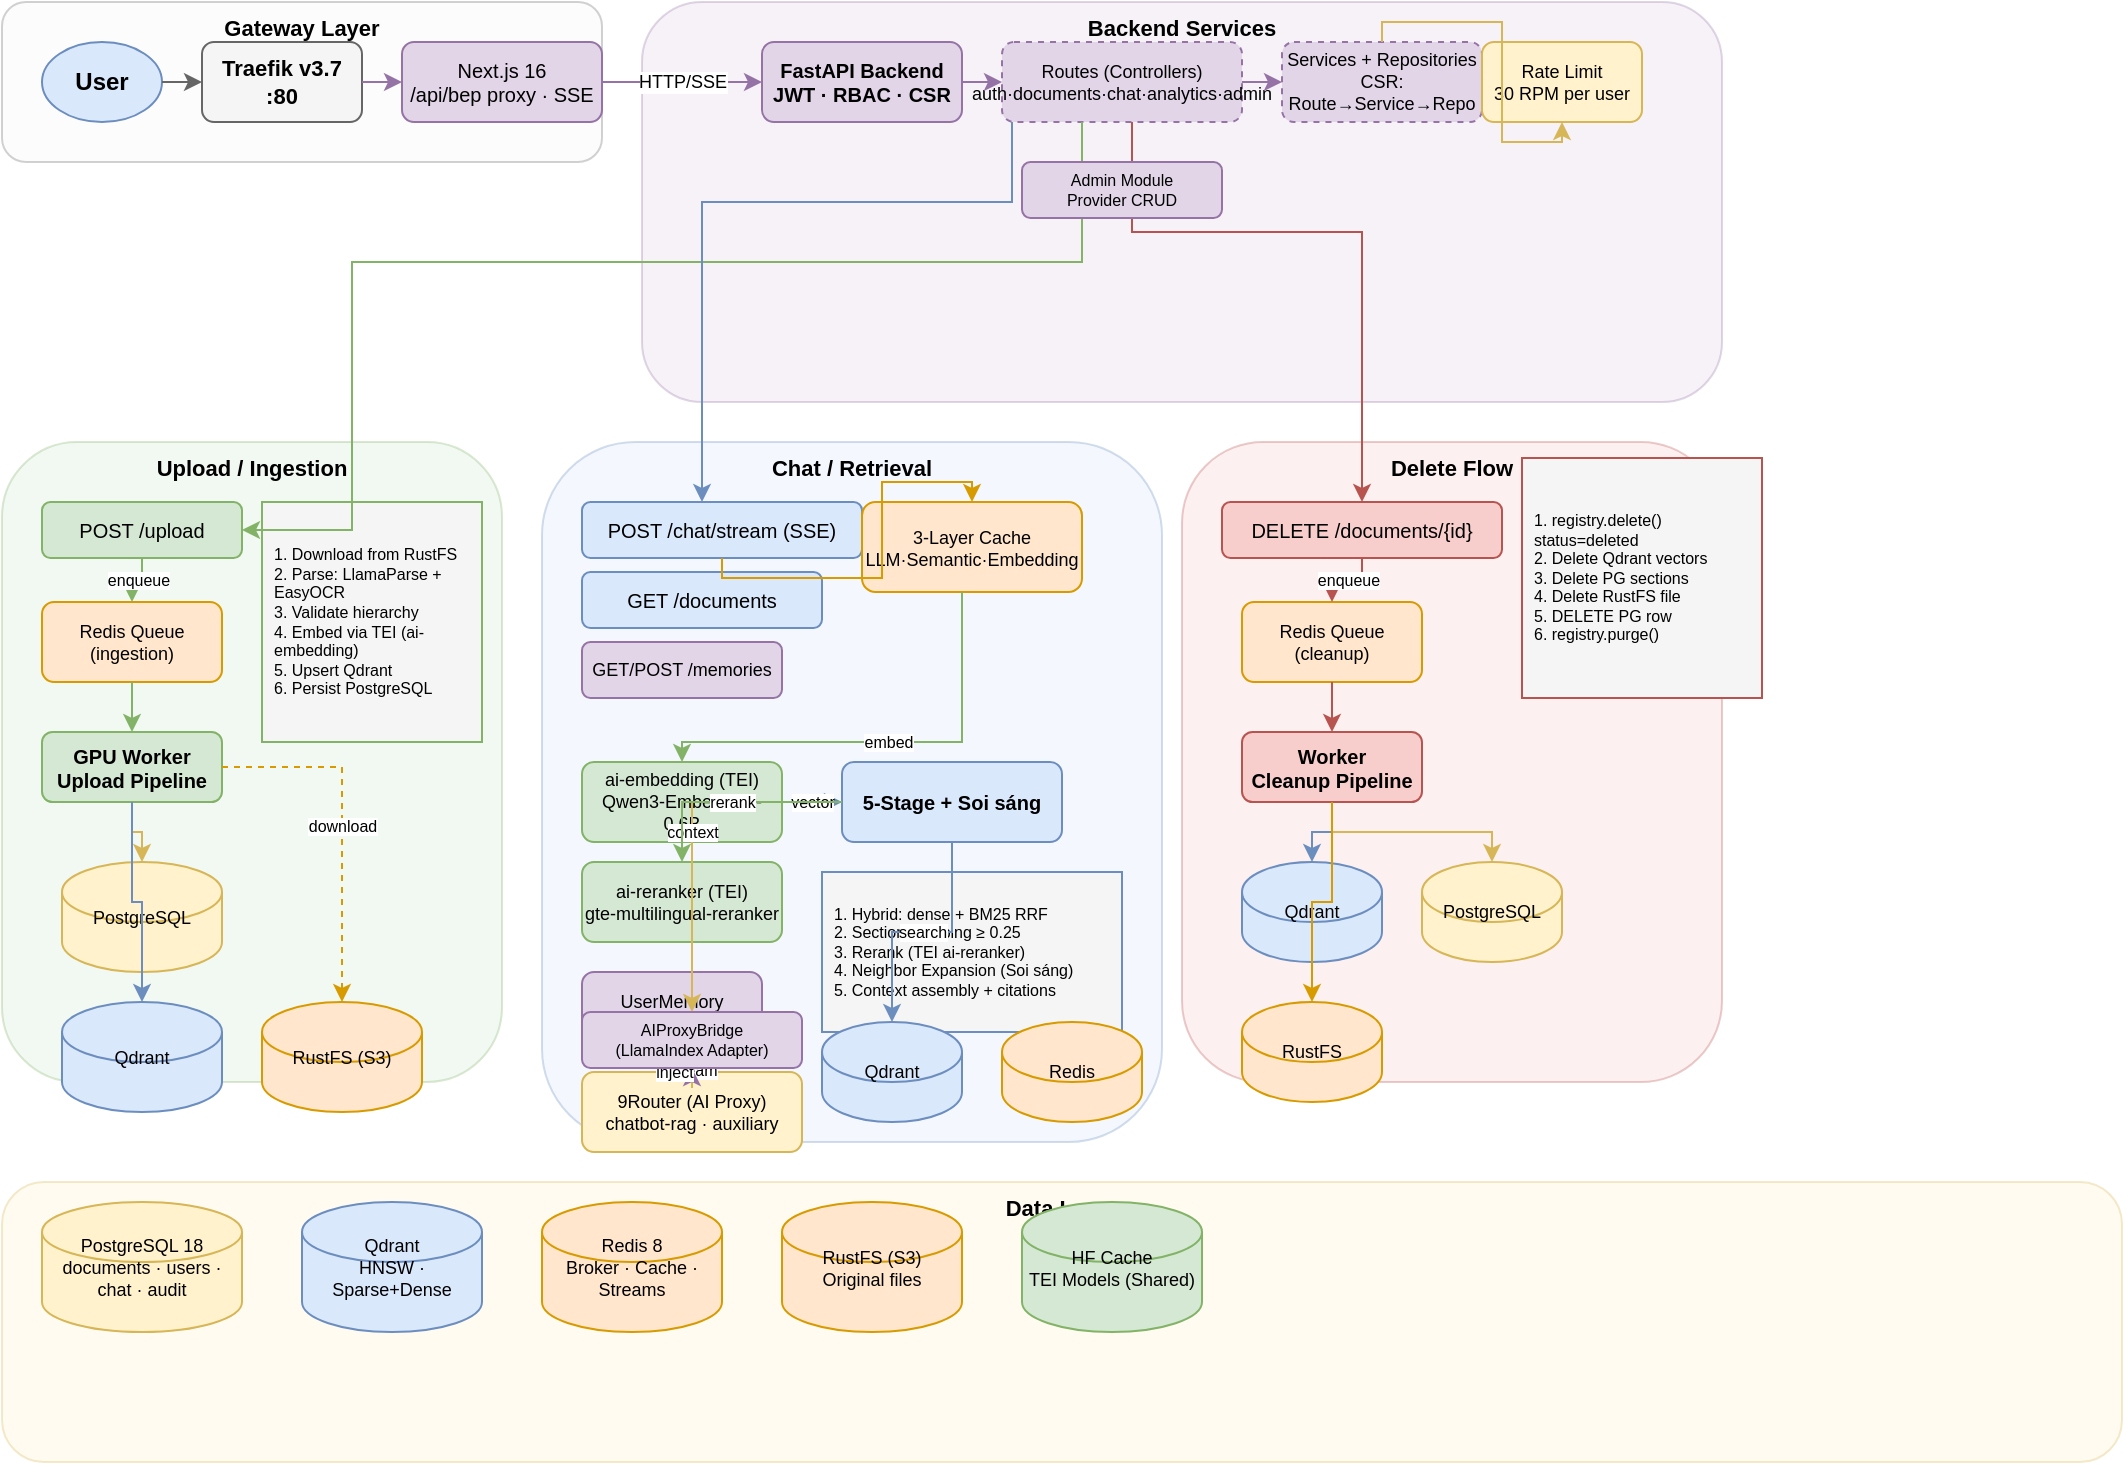
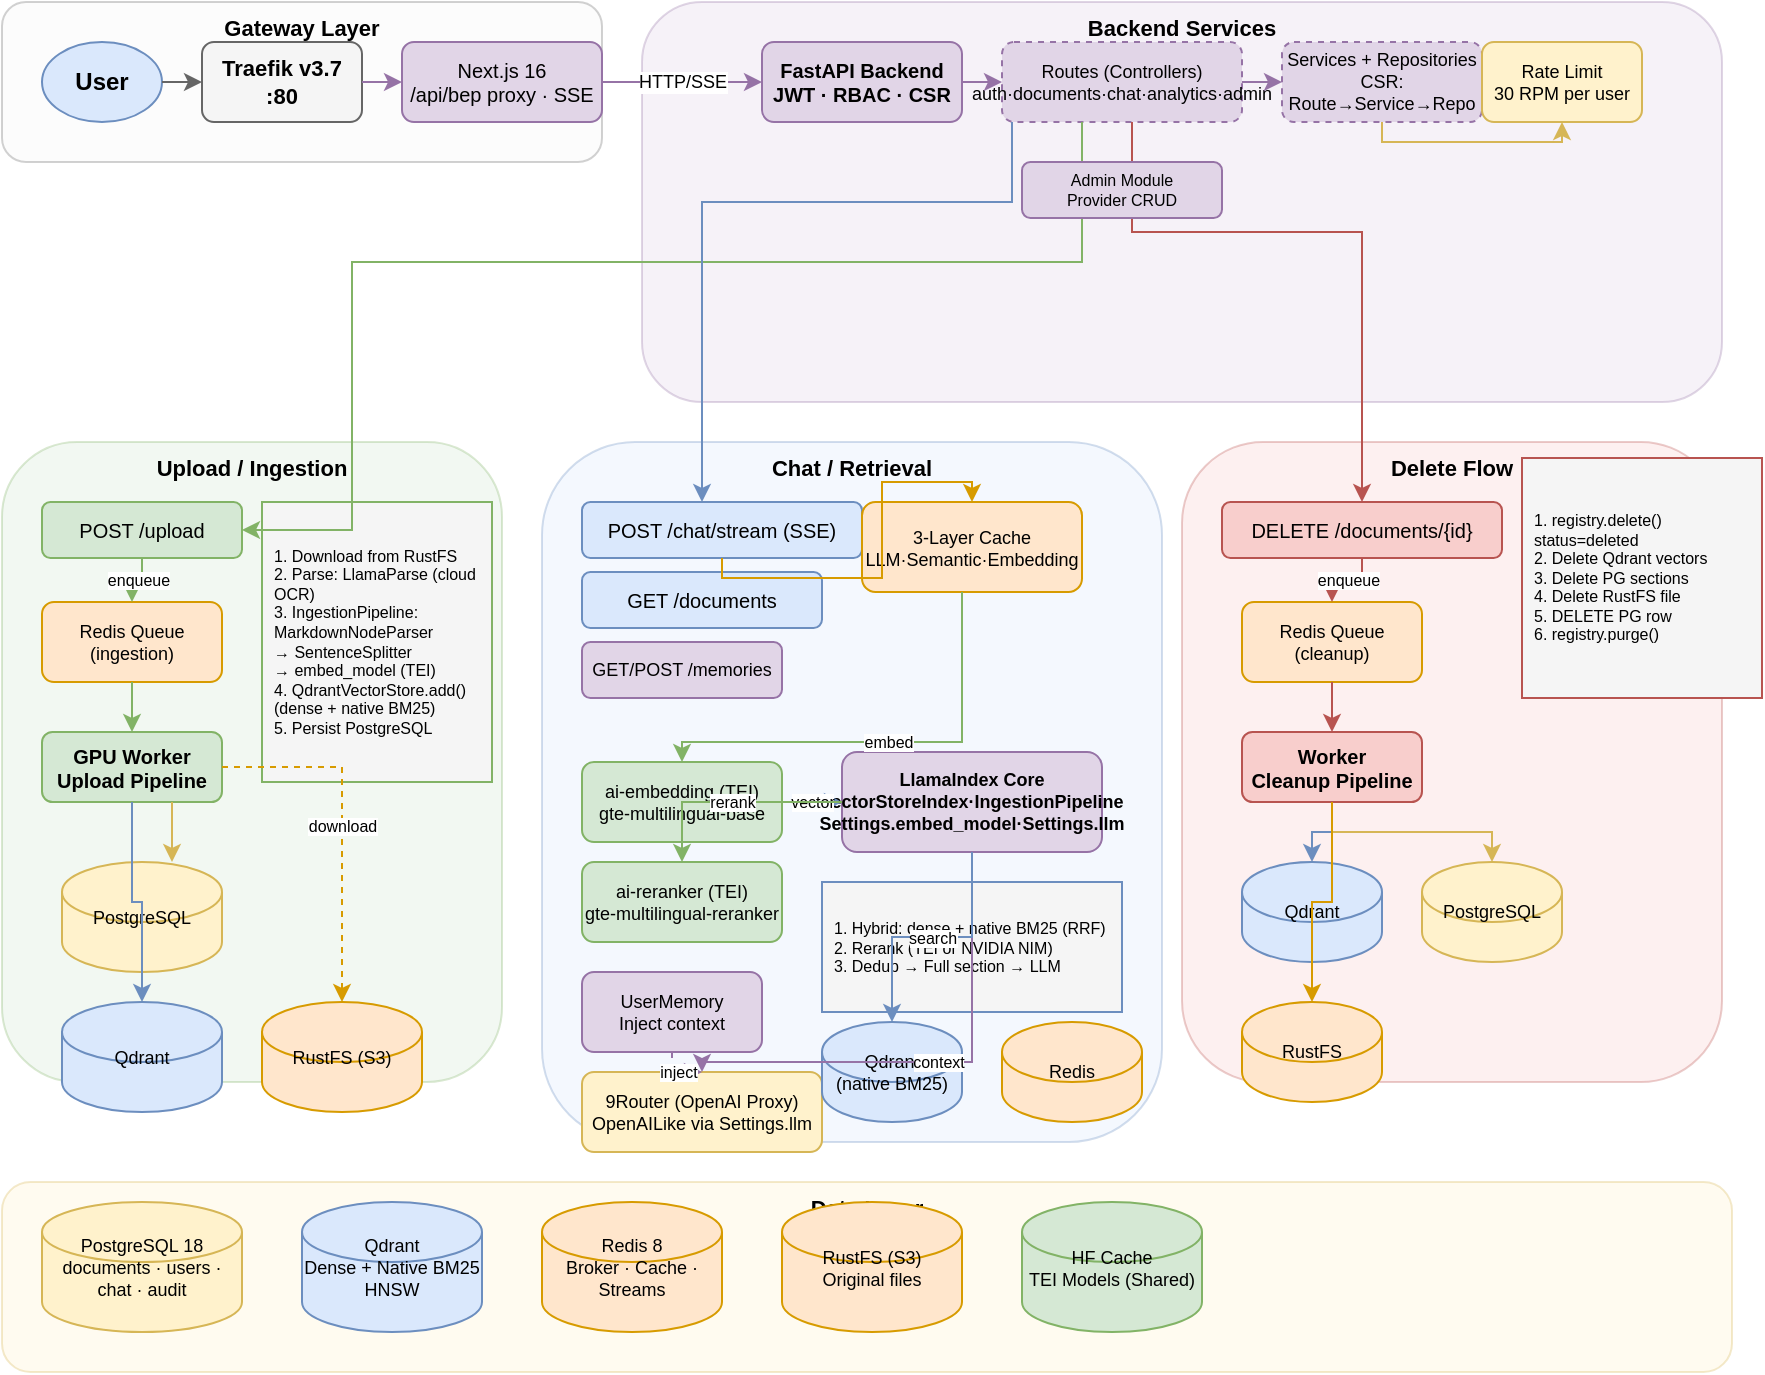
<mxfile host="65bd71144e">
    <diagram name="chatbot-rag Architecture" id="main">
-         <mxGraphModel dx="964" dy="573" grid="1" gridSize="15" guides="1" tooltips="1" connect="1" arrows="1" fold="1" page="1" pageScale="1" pageWidth="1200" pageHeight="800" math="0" shadow="0">
+         <mxGraphModel dx="814" dy="469" grid="1" gridSize="15" guides="1" tooltips="1" connect="1" arrows="1" fold="1" page="1" pageScale="1" pageWidth="1200" pageHeight="800" math="0" shadow="0">
            <root>
                <mxCell id="0"/>
                <mxCell id="1" parent="0"/>
                <mxCell id="zone_gateway" value="Gateway Layer" style="rounded=1;whiteSpace=wrap;html=1;fillColor=#f5f5f5;strokeColor=#666666;opacity=30;fontSize=11;fontStyle=1;verticalAlign=top;" parent="1" vertex="1">
                    <mxGeometry x="20" y="20" width="300" height="80" as="geometry"/>
                </mxCell>
                <mxCell id="zone_backend" value="Backend Services" style="rounded=1;whiteSpace=wrap;html=1;fillColor=#e1d5e7;strokeColor=#9673a6;opacity=30;fontSize=11;fontStyle=1;verticalAlign=top;" parent="1" vertex="1">
                    <mxGeometry x="340" y="20" width="540" height="200" as="geometry"/>
                </mxCell>
                <mxCell id="zone_ingestion" value="Upload / Ingestion" style="rounded=1;whiteSpace=wrap;html=1;fillColor=#d5e8d4;strokeColor=#82b366;opacity=30;fontSize=11;fontStyle=1;verticalAlign=top;" parent="1" vertex="1">
                    <mxGeometry x="20" y="240" width="250" height="320" as="geometry"/>
                </mxCell>
                <mxCell id="zone_chat" value="Chat / Retrieval" style="rounded=1;whiteSpace=wrap;html=1;fillColor=#dae8fc;strokeColor=#6c8ebf;opacity=30;fontSize=11;fontStyle=1;verticalAlign=top;" parent="1" vertex="1">
                    <mxGeometry x="290" y="240" width="310" height="350" as="geometry"/>
                </mxCell>
                <mxCell id="zone_delete" value="Delete Flow" style="rounded=1;whiteSpace=wrap;html=1;fillColor=#f8cecc;strokeColor=#b85450;opacity=30;fontSize=11;fontStyle=1;verticalAlign=top;" parent="1" vertex="1">
                    <mxGeometry x="610" y="240" width="270" height="320" as="geometry"/>
                </mxCell>
                <mxCell id="zone_data" value="Data Layer" style="rounded=1;whiteSpace=wrap;html=1;fillColor=#fff2cc;strokeColor=#d6b656;opacity=30;fontSize=11;fontStyle=1;verticalAlign=top;" parent="1" vertex="1">
-                     <mxGeometry x="20" y="610" width="1060" height="140" as="geometry"/>
+                     <mxGeometry x="20" y="610" width="865" height="95" as="geometry"/>
                </mxCell>
                <mxCell id="user" value="User" style="ellipse;whiteSpace=wrap;html=1;fillColor=#dae8fc;strokeColor=#6c8ebf;fontStyle=1;fontSize=12;" parent="1" vertex="1">
                    <mxGeometry x="40" y="40" width="60" height="40" as="geometry"/>
                </mxCell>
                <mxCell id="traefik" value="Traefik v3.7 :80" style="rounded=1;whiteSpace=wrap;html=1;fillColor=#f5f5f5;strokeColor=#666666;fontStyle=1;fontSize=11;" parent="1" vertex="1">
                    <mxGeometry x="120" y="40" width="80" height="40" as="geometry"/>
                </mxCell>
                <mxCell id="nextjs" value="Next.js 16&#xa;/api/bep proxy · SSE" style="rounded=1;whiteSpace=wrap;html=1;fillColor=#e1d5e7;strokeColor=#9673a6;fontSize=10;" parent="1" vertex="1">
                    <mxGeometry x="220" y="40" width="100" height="40" as="geometry"/>
                </mxCell>
                <mxCell id="api" value="FastAPI Backend&#xa;JWT · RBAC · CSR" style="rounded=1;whiteSpace=wrap;html=1;fillColor=#e1d5e7;strokeColor=#9673a6;fontStyle=1;fontSize=10;" parent="1" vertex="1">
                    <mxGeometry x="400" y="40" width="100" height="40" as="geometry"/>
                </mxCell>
                <mxCell id="routes" value="Routes (Controllers)&#xa;auth·documents·chat·analytics·admin" style="rounded=1;whiteSpace=wrap;html=1;fillColor=#e1d5e7;strokeColor=#9673a6;fontSize=9;dashed=1;" parent="1" vertex="1">
                    <mxGeometry x="520" y="40" width="120" height="40" as="geometry"/>
                </mxCell>
                <mxCell id="services" value="Services + Repositories&#xa;CSR: Route→Service→Repo" style="rounded=1;whiteSpace=wrap;html=1;fillColor=#e1d5e7;strokeColor=#9673a6;fontSize=9;dashed=1;" parent="1" vertex="1">
                    <mxGeometry x="660" y="40" width="100" height="40" as="geometry"/>
                </mxCell>
                <mxCell id="rate_limit" value="Rate Limit&#xa;30 RPM per user" style="rounded=1;whiteSpace=wrap;html=1;fillColor=#fff2cc;strokeColor=#d6b656;fontSize=9;" parent="1" vertex="1">
                    <mxGeometry x="760" y="40" width="80" height="40" as="geometry"/>
                </mxCell>
                <mxCell id="r_upload" value="POST /upload" style="rounded=1;whiteSpace=wrap;html=1;fillColor=#d5e8d4;strokeColor=#82b366;fontSize=10;" parent="1" vertex="1">
                    <mxGeometry x="40" y="270" width="100" height="28" as="geometry"/>
                </mxCell>
                <mxCell id="q_ing" value="Redis Queue&#xa;(ingestion)" style="rounded=1;whiteSpace=wrap;html=1;fillColor=#ffe6cc;strokeColor=#d79b00;fontSize=9;" parent="1" vertex="1">
                    <mxGeometry x="40" y="320" width="90" height="40" as="geometry"/>
                </mxCell>
                <mxCell id="w_ing" value="GPU Worker&#xa;Upload Pipeline" style="rounded=1;whiteSpace=wrap;html=1;fillColor=#d5e8d4;strokeColor=#82b366;fontStyle=1;fontSize=10;" parent="1" vertex="1">
                    <mxGeometry x="40" y="385" width="90" height="35" as="geometry"/>
                </mxCell>
-                 <mxCell id="ing_steps" value="1. Download from RustFS&#xa;2. Parse: LlamaParse + EasyOCR&#xa;3. Validate hierarchy&#xa;4. Embed via TEI (ai-embedding)&#xa;5. Upsert Qdrant&#xa;6. Persist PostgreSQL" style="rounded=0;whiteSpace=wrap;html=1;fillColor=#f5f5f5;strokeColor=#82b366;fontSize=8;align=left;spacingLeft=4;" parent="1" vertex="1">
-                     <mxGeometry x="150" y="270" width="110" height="120" as="geometry"/>
+                 <mxCell id="ing_steps" value="1. Download from RustFS&#xa;2. Parse: LlamaParse (cloud OCR)&#xa;3. IngestionPipeline:&#xa;   MarkdownNodeParser&#xa;   → SentenceSplitter&#xa;   → embed_model (TEI)&#xa;4. QdrantVectorStore.add()&#xa;   (dense + native BM25)&#xa;5. Persist PostgreSQL" style="rounded=0;whiteSpace=wrap;html=1;fillColor=#f5f5f5;strokeColor=#82b366;fontSize=8;align=left;spacingLeft=4;" parent="1" vertex="1">
+                     <mxGeometry x="150" y="270" width="115" height="140" as="geometry"/>
                </mxCell>
                <mxCell id="pg_ing" value="PostgreSQL" style="shape=cylinder3;whiteSpace=wrap;html=1;fillColor=#fff2cc;strokeColor=#d6b656;fontSize=9;" parent="1" vertex="1">
                    <mxGeometry x="50" y="450" width="80" height="55" as="geometry"/>
                </mxCell>
                <mxCell id="qdrant_ing" value="Qdrant" style="shape=cylinder3;whiteSpace=wrap;html=1;fillColor=#dae8fc;strokeColor=#6c8ebf;fontSize=9;" parent="1" vertex="1">
                    <mxGeometry x="50" y="520" width="80" height="55" as="geometry"/>
                </mxCell>
                <mxCell id="rustfs_ing" value="RustFS (S3)" style="shape=cylinder3;whiteSpace=wrap;html=1;fillColor=#ffe6cc;strokeColor=#d79b00;fontSize=9;" parent="1" vertex="1">
                    <mxGeometry x="150" y="520" width="80" height="55" as="geometry"/>
                </mxCell>
                <mxCell id="r_chat" value="POST /chat/stream (SSE)" style="rounded=1;whiteSpace=wrap;html=1;fillColor=#dae8fc;strokeColor=#6c8ebf;fontSize=10;" parent="1" vertex="1">
                    <mxGeometry x="310" y="270" width="140" height="28" as="geometry"/>
                </mxCell>
                <mxCell id="r_docs" value="GET /documents" style="rounded=1;whiteSpace=wrap;html=1;fillColor=#dae8fc;strokeColor=#6c8ebf;fontSize=10;" parent="1" vertex="1">
                    <mxGeometry x="310" y="305" width="120" height="28" as="geometry"/>
                </mxCell>
                <mxCell id="r_memories" value="GET/POST /memories" style="rounded=1;whiteSpace=wrap;html=1;fillColor=#e1d5e7;strokeColor=#9673a6;fontSize=9;" parent="1" vertex="1">
                    <mxGeometry x="310" y="340" width="100" height="28" as="geometry"/>
                </mxCell>
                <mxCell id="redis_cache" value="3-Layer Cache&#xa;LLM·Semantic·Embedding" style="rounded=1;whiteSpace=wrap;html=1;fillColor=#ffe6cc;strokeColor=#d79b00;fontSize=9;" parent="1" vertex="1">
                    <mxGeometry x="450" y="270" width="110" height="45" as="geometry"/>
                </mxCell>
-                 <mxCell id="tei_embedding" value="ai-embedding (TEI)&#xa;Qwen3-Embedding-0.6B" style="rounded=1;whiteSpace=wrap;html=1;fillColor=#d5e8d4;strokeColor=#82b366;fontSize=9;" parent="1" vertex="1">
+                 <mxCell id="tei_embedding" value="ai-embedding (TEI)&#xa;gte-multilingual-base" style="rounded=1;whiteSpace=wrap;html=1;fillColor=#d5e8d4;strokeColor=#82b366;fontSize=9;" parent="1" vertex="1">
                    <mxGeometry x="310" y="400" width="100" height="40" as="geometry"/>
                </mxCell>
                <mxCell id="tei_reranker" value="ai-reranker (TEI)&#xa;gte-multilingual-reranker" style="rounded=1;whiteSpace=wrap;html=1;fillColor=#d5e8d4;strokeColor=#82b366;fontSize=9;" parent="1" vertex="1">
                    <mxGeometry x="310" y="450" width="100" height="40" as="geometry"/>
                </mxCell>
-                 <mxCell id="retrieval" value="5-Stage + Soi sáng" style="rounded=1;whiteSpace=wrap;html=1;fillColor=#dae8fc;strokeColor=#6c8ebf;fontStyle=1;fontSize=10;" parent="1" vertex="1">
-                     <mxGeometry x="440" y="400" width="110" height="40" as="geometry"/>
-                 </mxCell>
-                 <mxCell id="ret_steps" value="1. Hybrid: dense + BM25 RRF&#xa;2. Section grouping ≥ 0.25&#xa;3. Rerank (TEI ai-reranker)&#xa;4. Neighbor Expansion (Soi sáng)&#xa;5. Context assembly + citations" style="rounded=0;whiteSpace=wrap;html=1;fillColor=#f5f5f5;strokeColor=#6c8ebf;fontSize=8;align=left;spacingLeft=4;" parent="1" vertex="1">
-                     <mxGeometry x="430" y="455" width="150" height="80" as="geometry"/>
-                 </mxCell>
-                 <mxCell id="llm" value="9Router (AI Proxy)&#xa;chatbot-rag · auxiliary" style="rounded=1;whiteSpace=wrap;html=1;fillColor=#fff2cc;strokeColor=#d6b656;fontSize=9;" parent="1" vertex="1">
-                     <mxGeometry x="310" y="555" width="110" height="40" as="geometry"/>
+                 <mxCell id="llamaindex_core" value="LlamaIndex Core&#xa;VectorStoreIndex·IngestionPipeline&#xa;Settings.embed_model·Settings.llm" style="rounded=1;whiteSpace=wrap;html=1;fillColor=#e1d5e7;strokeColor=#9673a6;fontSize=9;fontStyle=1;" parent="1" vertex="1">
+                     <mxGeometry x="440" y="395" width="130" height="50" as="geometry"/>
+                 </mxCell>
+                 <mxCell id="ret_steps" value="1. Hybrid: dense + native BM25 (RRF)&#xa;2. Rerank (TEI or NVIDIA NIM)&#xa;3. Dedup → Full section → LLM" style="rounded=0;whiteSpace=wrap;html=1;fillColor=#f5f5f5;strokeColor=#6c8ebf;fontSize=8;align=left;spacingLeft=4;" parent="1" vertex="1">
+                     <mxGeometry x="430" y="460" width="150" height="65" as="geometry"/>
+                 </mxCell>
+                 <mxCell id="llm" value="9Router (OpenAI Proxy)&#xa;OpenAILike via Settings.llm" style="rounded=1;whiteSpace=wrap;html=1;fillColor=#fff2cc;strokeColor=#d6b656;fontSize=9;" parent="1" vertex="1">
+                     <mxGeometry x="310" y="555" width="120" height="40" as="geometry"/>
                </mxCell>
                <mxCell id="memory_svc" value="UserMemory&#xa;Inject context" style="rounded=1;whiteSpace=wrap;html=1;fillColor=#e1d5e7;strokeColor=#9673a6;fontSize=9;" parent="1" vertex="1">
                    <mxGeometry x="310" y="505" width="90" height="40" as="geometry"/>
                </mxCell>
-                 <mxCell id="qdrant_chat" value="Qdrant" style="shape=cylinder3;whiteSpace=wrap;html=1;fillColor=#dae8fc;strokeColor=#6c8ebf;fontSize=9;" parent="1" vertex="1">
+                 <mxCell id="qdrant_chat" value="Qdrant&#xa;(native BM25)" style="shape=cylinder3;whiteSpace=wrap;html=1;fillColor=#dae8fc;strokeColor=#6c8ebf;fontSize=9;" parent="1" vertex="1">
                    <mxGeometry x="430" y="530" width="70" height="50" as="geometry"/>
                </mxCell>
                <mxCell id="redis_chat" value="Redis" style="shape=cylinder3;whiteSpace=wrap;html=1;fillColor=#ffe6cc;strokeColor=#d79b00;fontSize=9;" parent="1" vertex="1">
                    <mxGeometry x="520" y="530" width="70" height="50" as="geometry"/>
                </mxCell>
                <mxCell id="r_del" value="DELETE /documents/{id}" style="rounded=1;whiteSpace=wrap;html=1;fillColor=#f8cecc;strokeColor=#b85450;fontSize=10;" parent="1" vertex="1">
                    <mxGeometry x="630" y="270" width="140" height="28" as="geometry"/>
                </mxCell>
                <mxCell id="q_del" value="Redis Queue&#xa;(cleanup)" style="rounded=1;whiteSpace=wrap;html=1;fillColor=#ffe6cc;strokeColor=#d79b00;fontSize=9;" parent="1" vertex="1">
                    <mxGeometry x="640" y="320" width="90" height="40" as="geometry"/>
                </mxCell>
                <mxCell id="w_del" value="Worker&#xa;Cleanup Pipeline" style="rounded=1;whiteSpace=wrap;html=1;fillColor=#f8cecc;strokeColor=#b85450;fontStyle=1;fontSize=10;" parent="1" vertex="1">
                    <mxGeometry x="640" y="385" width="90" height="35" as="geometry"/>
                </mxCell>
                <mxCell id="del_steps" value="1. registry.delete()&#xa;   status=deleted&#xa;2. Delete Qdrant vectors&#xa;3. Delete PG sections&#xa;4. Delete RustFS file&#xa;5. DELETE PG row&#xa;6. registry.purge()" style="rounded=0;whiteSpace=wrap;html=1;fillColor=#f5f5f5;strokeColor=#b85450;fontSize=8;align=left;spacingLeft=4;" parent="1" vertex="1">
                    <mxGeometry x="780" y="248" width="120" height="120" as="geometry"/>
                </mxCell>
                <mxCell id="qdrant_del" value="Qdrant" style="shape=cylinder3;whiteSpace=wrap;html=1;fillColor=#dae8fc;strokeColor=#6c8ebf;fontSize=9;" parent="1" vertex="1">
                    <mxGeometry x="640" y="450" width="70" height="50" as="geometry"/>
                </mxCell>
                <mxCell id="pg_del" value="PostgreSQL" style="shape=cylinder3;whiteSpace=wrap;html=1;fillColor=#fff2cc;strokeColor=#d6b656;fontSize=9;" parent="1" vertex="1">
                    <mxGeometry x="730" y="450" width="70" height="50" as="geometry"/>
                </mxCell>
                <mxCell id="rustfs_del" value="RustFS" style="shape=cylinder3;whiteSpace=wrap;html=1;fillColor=#ffe6cc;strokeColor=#d79b00;fontSize=9;" parent="1" vertex="1">
                    <mxGeometry x="640" y="520" width="70" height="50" as="geometry"/>
                </mxCell>
                <mxCell id="pg" value="PostgreSQL 18&#xa;documents · users · chat · audit" style="shape=cylinder3;whiteSpace=wrap;html=1;fillColor=#fff2cc;strokeColor=#d6b656;fontSize=9;" parent="1" vertex="1">
                    <mxGeometry x="40" y="620" width="100" height="65" as="geometry"/>
                </mxCell>
-                 <mxCell id="qdrant" value="Qdrant&#xa;HNSW · Sparse+Dense" style="shape=cylinder3;whiteSpace=wrap;html=1;fillColor=#dae8fc;strokeColor=#6c8ebf;fontSize=9;" parent="1" vertex="1">
+                 <mxCell id="qdrant" value="Qdrant&#xa;Dense + Native BM25&#xa;HNSW" style="shape=cylinder3;whiteSpace=wrap;html=1;fillColor=#dae8fc;strokeColor=#6c8ebf;fontSize=9;" parent="1" vertex="1">
                    <mxGeometry x="170" y="620" width="90" height="65" as="geometry"/>
                </mxCell>
                <mxCell id="redis" value="Redis 8&#xa;Broker · Cache · Streams" style="shape=cylinder3;whiteSpace=wrap;html=1;fillColor=#ffe6cc;strokeColor=#d79b00;fontSize=9;" parent="1" vertex="1">
                    <mxGeometry x="290" y="620" width="90" height="65" as="geometry"/>
                </mxCell>
                <mxCell id="rustfs" value="RustFS (S3)&#xa;Original files" style="shape=cylinder3;whiteSpace=wrap;html=1;fillColor=#ffe6cc;strokeColor=#d79b00;fontSize=9;" parent="1" vertex="1">
                    <mxGeometry x="410" y="620" width="90" height="65" as="geometry"/>
                </mxCell>
                <mxCell id="hf_cache" value="HF Cache&#xa;TEI Models (Shared)" style="shape=cylinder3;whiteSpace=wrap;html=1;fillColor=#d5e8d4;strokeColor=#82b366;fontSize=9;" parent="1" vertex="1">
                    <mxGeometry x="530" y="620" width="90" height="65" as="geometry"/>
                </mxCell>
                <mxCell id="e1" value="" style="edgeStyle=orthogonalEdgeStyle;rounded=0;html=1;strokeColor=#666666;" parent="1" source="user" target="traefik" edge="1">
                    <mxGeometry relative="1" as="geometry"/>
                </mxCell>
                <mxCell id="e2" value="" style="edgeStyle=orthogonalEdgeStyle;rounded=0;html=1;strokeColor=#9673a6;" parent="1" source="traefik" target="nextjs" edge="1">
                    <mxGeometry relative="1" as="geometry"/>
                </mxCell>
                <mxCell id="e3" value="HTTP/SSE" style="edgeStyle=orthogonalEdgeStyle;rounded=0;html=1;strokeColor=#9673a6;fontSize=9;" parent="1" source="nextjs" target="api" edge="1">
                    <mxGeometry relative="1" as="geometry"/>
                </mxCell>
                <mxCell id="e4" value="" style="edgeStyle=orthogonalEdgeStyle;rounded=0;html=1;strokeColor=#9673a6;" parent="1" source="api" target="routes" edge="1">
                    <mxGeometry relative="1" as="geometry"/>
                </mxCell>
                <mxCell id="e5" value="" style="edgeStyle=orthogonalEdgeStyle;rounded=0;html=1;strokeColor=#9673a6;" parent="1" source="routes" target="services" edge="1">
                    <mxGeometry relative="1" as="geometry"/>
                </mxCell>
                <mxCell id="e6" value="" style="edgeStyle=orthogonalEdgeStyle;rounded=0;html=1;strokeColor=#d6b656;" parent="1" source="services" target="rate_limit" edge="1">
-                     <mxGeometry relative="1" as="geometry"/>
+                     <mxGeometry relative="1" as="geometry">
+                         <Array as="points">
+                             <mxPoint x="710" y="90"/>
+                             <mxPoint x="800" y="90"/>
+                         </Array>
+                     </mxGeometry>
                </mxCell>
                <mxCell id="e7" value="" style="edgeStyle=orthogonalEdgeStyle;rounded=0;html=1;strokeColor=#82b366;" parent="1" source="routes" target="r_upload" edge="1">
                    <mxGeometry relative="1" as="geometry">
                        <Array as="points">
                            <mxPoint x="560" y="150"/>
                            <mxPoint x="195" y="150"/>
                            <mxPoint x="195" y="284"/>
                        </Array>
                    </mxGeometry>
                </mxCell>
                <mxCell id="e8" value="enqueue" style="edgeStyle=orthogonalEdgeStyle;rounded=0;html=1;strokeColor=#82b366;fontSize=8;" parent="1" source="r_upload" target="q_ing" edge="1">
                    <mxGeometry relative="1" as="geometry"/>
                </mxCell>
                <mxCell id="e9" value="" style="edgeStyle=orthogonalEdgeStyle;rounded=0;html=1;strokeColor=#82b366;" parent="1" source="q_ing" target="w_ing" edge="1">
                    <mxGeometry relative="1" as="geometry"/>
                </mxCell>
                <mxCell id="e10" value="" style="edgeStyle=orthogonalEdgeStyle;rounded=0;html=1;strokeColor=#d6b656;" parent="1" source="w_ing" target="pg_ing" edge="1">
-                     <mxGeometry relative="1" as="geometry"/>
+                     <mxGeometry relative="1" as="geometry">
+                         <Array as="points">
+                             <mxPoint x="105" y="435"/>
+                             <mxPoint x="105" y="435"/>
+                         </Array>
+                     </mxGeometry>
                </mxCell>
                <mxCell id="e11" value="" style="edgeStyle=orthogonalEdgeStyle;rounded=0;html=1;strokeColor=#6c8ebf;" parent="1" source="w_ing" target="qdrant_ing" edge="1">
                    <mxGeometry relative="1" as="geometry"/>
                </mxCell>
                <mxCell id="e12" value="download" style="edgeStyle=orthogonalEdgeStyle;rounded=0;html=1;strokeColor=#d79b00;fontSize=8;dashed=1;" parent="1" source="w_ing" target="rustfs_ing" edge="1">
                    <mxGeometry relative="1" as="geometry"/>
                </mxCell>
                <mxCell id="e13" value="" style="edgeStyle=orthogonalEdgeStyle;rounded=0;html=1;strokeColor=#6c8ebf;" parent="1" source="routes" target="r_chat" edge="1">
                    <mxGeometry relative="1" as="geometry">
                        <Array as="points">
                            <mxPoint x="525" y="120"/>
                            <mxPoint x="370" y="120"/>
                        </Array>
                    </mxGeometry>
                </mxCell>
                <mxCell id="e14" value="" style="edgeStyle=orthogonalEdgeStyle;rounded=0;html=1;strokeColor=#d79b00;" parent="1" source="r_chat" target="redis_cache" edge="1">
                    <mxGeometry relative="1" as="geometry"/>
                </mxCell>
                <mxCell id="e15" value="embed" style="edgeStyle=orthogonalEdgeStyle;rounded=0;html=1;strokeColor=#82b366;fontSize=8;" parent="1" source="redis_cache" target="tei_embedding" edge="1">
                    <mxGeometry relative="1" as="geometry">
                        <Array as="points">
                            <mxPoint x="500" y="390"/>
                            <mxPoint x="360" y="390"/>
                        </Array>
                    </mxGeometry>
                </mxCell>
-                 <mxCell id="e16" value="vector" style="edgeStyle=orthogonalEdgeStyle;rounded=0;html=1;strokeColor=#6c8ebf;fontSize=8;" parent="1" source="tei_embedding" target="retrieval" edge="1">
-                     <mxGeometry relative="1" as="geometry"/>
-                 </mxCell>
-                 <mxCell id="e17" value="context" style="edgeStyle=orthogonalEdgeStyle;rounded=0;html=1;strokeColor=#d6b656;fontSize=8;" parent="1" source="retrieval" target="cliproxy_bridge" edge="1">
-                     <mxGeometry relative="1" as="geometry"/>
-                 </mxCell>
-                 <mxCell id="e26" value="stream" style="edgeStyle=orthogonalEdgeStyle;rounded=0;html=1;strokeColor=#d6b656;fontSize=8;" parent="1" source="cliproxy_bridge" target="llm" edge="1">
-                     <mxGeometry relative="1" as="geometry"/>
-                 </mxCell>
-                 <mxCell id="e18" value="inject" style="edgeStyle=orthogonalEdgeStyle;rounded=0;html=1;strokeColor=#9673a6;fontSize=8;dashed=1;" parent="1" source="memory_svc" target="cliproxy_bridge" edge="1">
-                     <mxGeometry relative="1" as="geometry"/>
-                 </mxCell>
-                 <mxCell id="e19" value="search" style="edgeStyle=orthogonalEdgeStyle;rounded=0;html=1;strokeColor=#6c8ebf;fontSize=8;" parent="1" source="retrieval" target="qdrant_chat" edge="1">
-                     <mxGeometry relative="1" as="geometry"/>
-                 </mxCell>
-                 <mxCell id="e27" value="rerank" style="edgeStyle=orthogonalEdgeStyle;rounded=0;html=1;strokeColor=#82b366;fontSize=8;" parent="1" source="retrieval" target="tei_reranker" edge="1">
+                 <mxCell id="e16" value="vector" style="edgeStyle=orthogonalEdgeStyle;rounded=0;html=1;strokeColor=#6c8ebf;fontSize=8;" parent="1" source="tei_embedding" target="llamaindex_core" edge="1">
+                     <mxGeometry relative="1" as="geometry"/>
+                 </mxCell>
+                 <mxCell id="e17" value="context" style="edgeStyle=orthogonalEdgeStyle;rounded=0;html=1;strokeColor=#9673a6;fontSize=8;" parent="1" source="llamaindex_core" target="llm" edge="1">
+                     <mxGeometry relative="1" as="geometry">
+                         <Array as="points">
+                             <mxPoint x="505" y="550"/>
+                             <mxPoint x="370" y="550"/>
+                         </Array>
+                     </mxGeometry>
+                 </mxCell>
+                 <mxCell id="e18" value="inject" style="edgeStyle=orthogonalEdgeStyle;rounded=0;html=1;strokeColor=#9673a6;fontSize=8;dashed=1;" parent="1" source="memory_svc" target="llm" edge="1">
+                     <mxGeometry relative="1" as="geometry"/>
+                 </mxCell>
+                 <mxCell id="e19" value="search" style="edgeStyle=orthogonalEdgeStyle;rounded=0;html=1;strokeColor=#6c8ebf;fontSize=8;" parent="1" source="llamaindex_core" target="qdrant_chat" edge="1">
+                     <mxGeometry relative="1" as="geometry"/>
+                 </mxCell>
+                 <mxCell id="e27" value="rerank" style="edgeStyle=orthogonalEdgeStyle;rounded=0;html=1;strokeColor=#82b366;fontSize=8;" parent="1" source="llamaindex_core" target="tei_reranker" edge="1">
                    <mxGeometry relative="1" as="geometry"/>
                </mxCell>
                <mxCell id="e20" value="" style="edgeStyle=orthogonalEdgeStyle;rounded=0;html=1;strokeColor=#b85450;" parent="1" source="routes" target="r_del" edge="1">
                    <mxGeometry relative="1" as="geometry">
                        <Array as="points">
                            <mxPoint x="585" y="135"/>
                            <mxPoint x="700" y="135"/>
                        </Array>
                    </mxGeometry>
                </mxCell>
                <mxCell id="e21" value="enqueue" style="edgeStyle=orthogonalEdgeStyle;rounded=0;html=1;strokeColor=#b85450;fontSize=8;" parent="1" source="r_del" target="q_del" edge="1">
                    <mxGeometry relative="1" as="geometry"/>
                </mxCell>
                <mxCell id="e22" value="" style="edgeStyle=orthogonalEdgeStyle;rounded=0;html=1;strokeColor=#b85450;" parent="1" source="q_del" target="w_del" edge="1">
                    <mxGeometry relative="1" as="geometry"/>
                </mxCell>
                <mxCell id="e23" value="" style="edgeStyle=orthogonalEdgeStyle;rounded=0;html=1;strokeColor=#6c8ebf;" parent="1" source="w_del" target="qdrant_del" edge="1">
                    <mxGeometry relative="1" as="geometry"/>
                </mxCell>
                <mxCell id="e24" value="" style="edgeStyle=orthogonalEdgeStyle;rounded=0;html=1;strokeColor=#d6b656;" parent="1" source="w_del" target="pg_del" edge="1">
                    <mxGeometry relative="1" as="geometry"/>
                </mxCell>
                <mxCell id="e25" value="" style="edgeStyle=orthogonalEdgeStyle;rounded=0;html=1;strokeColor=#d79b00;" parent="1" source="w_del" target="rustfs_del" edge="1">
                    <mxGeometry relative="1" as="geometry"/>
-                 </mxCell>
-                 <mxCell id="cliproxy_bridge" value="AIProxyBridge&#xa;(LlamaIndex Adapter)" style="rounded=1;whiteSpace=wrap;html=1;fillColor=#e1d5e7;strokeColor=#9673a6;fontSize=8;" parent="1" vertex="1">
-                     <mxGeometry x="310" y="525" width="110" height="28" as="geometry"/>
                </mxCell>
                <mxCell id="admin" value="Admin Module&#xa;Provider CRUD" style="rounded=1;whiteSpace=wrap;html=1;fillColor=#e1d5e7;strokeColor=#9673a6;fontSize=8;" parent="1" vertex="1">
                    <mxGeometry x="530" y="100" width="100" height="28" as="geometry"/>
                </mxCell>
            </root>
        </mxGraphModel>
    </diagram>
- </mxfile>
+ </mxfile>